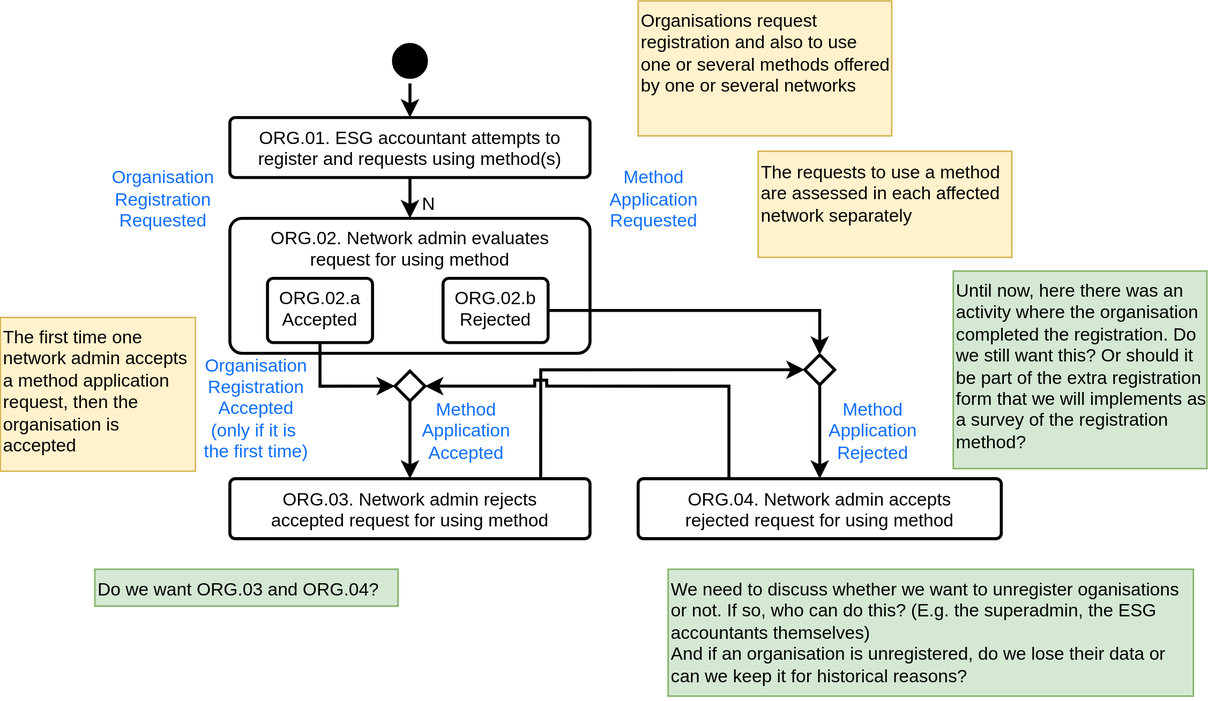
Show-your-Heart/ShowYourHeart-docs keeps this draw.io diagram as Process/ProcessORG.svg. Above is the earlier version. Source tidied: cells renumbered, new cells last; positions are measured from the earlier drawing's top-left corner, leaving out a move shared by most shapes.
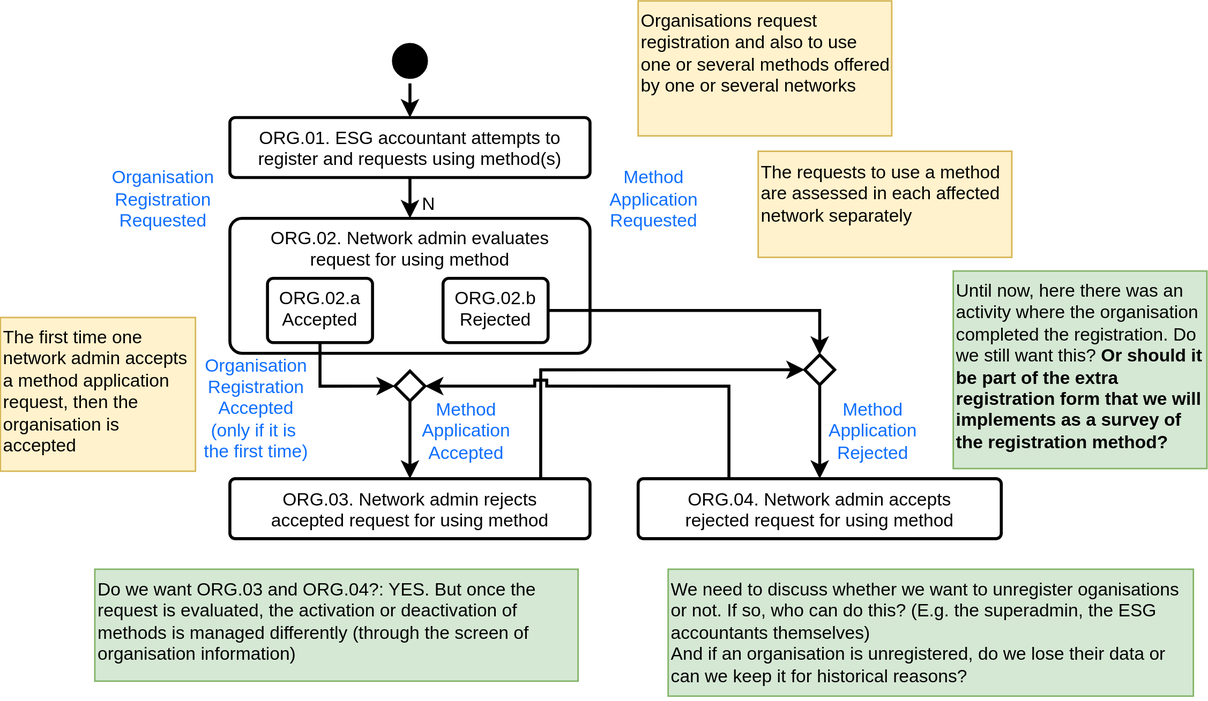
After the change.

Diff of the diagram source:
```diff
@@ -65,10 +65,10 @@
     <mxCell id="22" style="rhombus;whiteSpace=wrap;html=1;strokeWidth=2;" parent="1" vertex="1">
       <mxGeometry x="536" y="236.4" width="20" height="20" as="geometry" />
     </mxCell>
-    <mxCell id="23" value="&lt;div&gt;We need to discuss whether we want to unregister oganisations or not. If so, who can do this? (E.g. the superadmin, the&amp;nbsp;ESG accountants themselves)&amp;nbsp;&lt;/div&gt;&lt;div&gt;And if an organisation is unregistered, do we lose their data or can we keep it for historical reasons?&lt;/div&gt;" style="text;html=1;whiteSpace=wrap;overflow=hidden;rounded=0;fillColor=#d5e8d4;strokeColor=#82b366;" parent="1" vertex="1">
+    <mxCell id="23" value="&lt;div&gt;We need to discuss whether we want to unregister oganisations or not. If so, who can do this? (E.g. the superadmin, the&amp;nbsp;ESG accountants themselves)&amp;nbsp;&lt;/div&gt;&lt;div&gt;And if an organisation is unregistered, do we lose their data or can we keep it for historical reasons?&lt;/div&gt;&lt;div&gt;&lt;br&gt;&lt;/div&gt;&lt;div&gt;&lt;b&gt;UN estado especial de cierre&lt;/b&gt;&lt;br&gt;&lt;/div&gt;" style="text;html=1;whiteSpace=wrap;overflow=hidden;rounded=0;fillColor=#d5e8d4;strokeColor=#82b366;" parent="1" vertex="1">
       <mxGeometry x="445" y="379.4" width="350" height="84.6" as="geometry" />
     </mxCell>
-    <mxCell id="24" value="Until now, here there was an activity where the organisation completed the registration. Do we still want this? Or should it be part of the extra registration form that we will implements as a survey of the registration method?&lt;br&gt;" style="text;overflow=hidden;rounded=0;fillColor=#d5e8d4;strokeColor=#82b366;whiteSpace=wrap;html=1;" parent="1" vertex="1">
+    <mxCell id="24" value="Until now, here there was an activity where the organisation completed the registration. Do we still want this? &lt;b&gt;Or should it be part of the extra registration form that we will implements as a survey of the registration method?&lt;/b&gt;" style="text;overflow=hidden;rounded=0;fillColor=#d5e8d4;strokeColor=#82b366;whiteSpace=wrap;html=1;" parent="1" vertex="1">
       <mxGeometry x="635" y="180.5" width="169" height="131.8" as="geometry" />
     </mxCell>
     <mxCell id="25" value="The requests to use a method are assessed in each affected network separately&lt;br&gt;" style="text;whiteSpace=wrap;overflow=hidden;rounded=0;fillColor=#fff2cc;strokeColor=#d6b656;html=1;" parent="1" vertex="1">
@@ -86,8 +86,8 @@
     <mxCell id="29" value="N" style="text;html=1;align=center;verticalAlign=middle;strokeColor=none;fillColor=none;" parent="1" vertex="1">
       <mxGeometry x="270" y="121" width="30" height="30" as="geometry" />
     </mxCell>
-    <mxCell id="30" value="&lt;div&gt;Do we want ORG.03 and ORG.04?&lt;br&gt;&lt;/div&gt;&lt;div&gt;&lt;br&gt;&lt;/div&gt;" style="text;html=1;whiteSpace=wrap;overflow=hidden;rounded=0;fillColor=#d5e8d4;strokeColor=#82b366;" parent="1" vertex="1">
-      <mxGeometry x="62.9" y="379.4" width="202.1" height="24.6" as="geometry" />
+    <mxCell id="30" value="&lt;div&gt;Do we want ORG.03 and ORG.04?: YES. But once the request is evaluated, the activation or deactivation of methods is managed differently (through the screen of organisation information)&lt;br&gt;&lt;/div&gt;&lt;div&gt;&lt;br&gt;&lt;/div&gt;" style="text;html=1;whiteSpace=wrap;overflow=hidden;rounded=0;fillColor=#d5e8d4;strokeColor=#82b366;" parent="1" vertex="1">
+      <mxGeometry x="62.9" y="379.4" width="322.1" height="74.6" as="geometry" />
     </mxCell>
   </root>
 </mxGraphModel>
```
